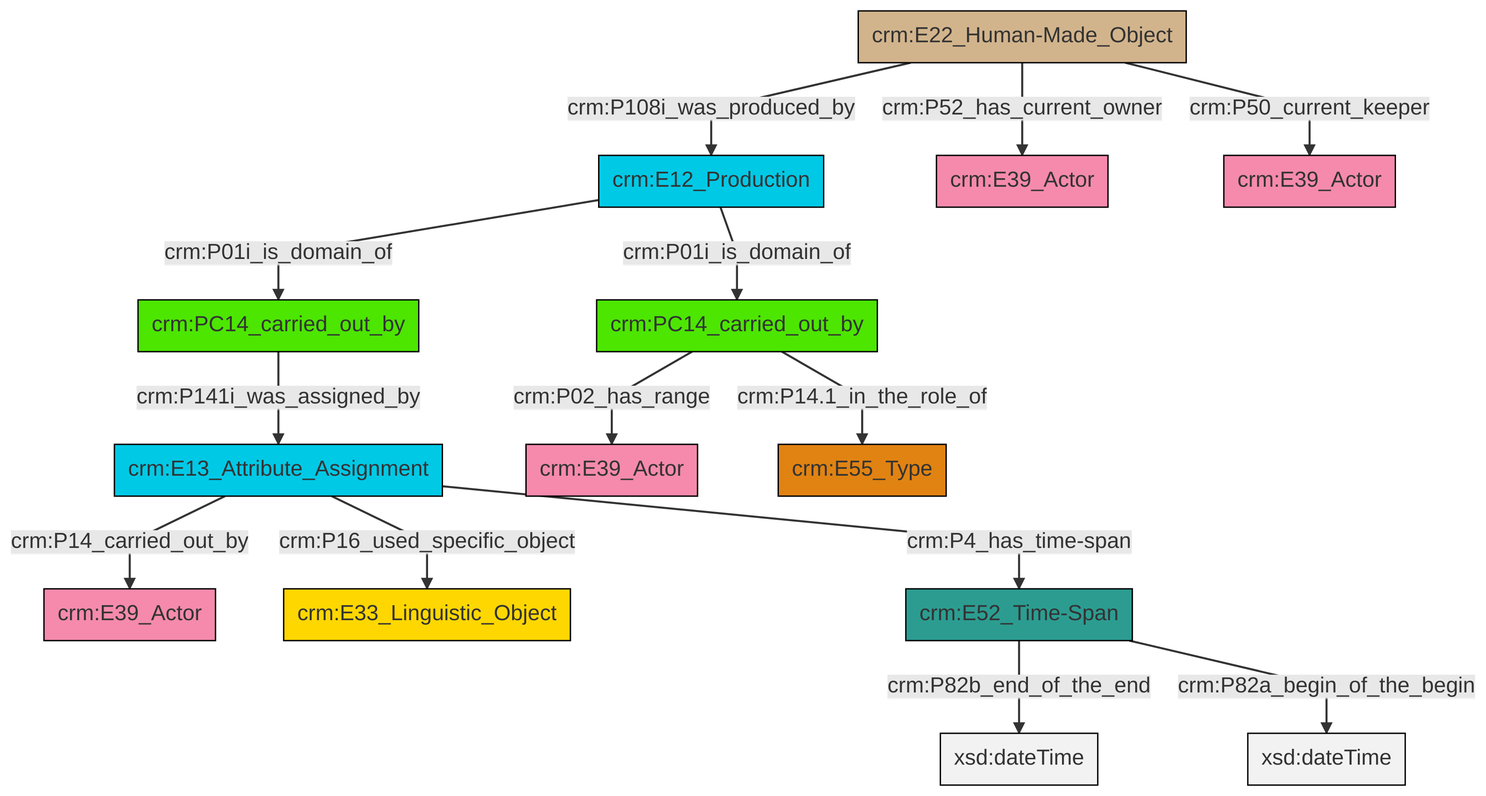
This is et/carrierCSV/ttl/mmd/png/carrier_relations.png from swiss-art-research-net/docs.swissartresearch, a Mermaid export, as it was before one commit. Its source is kept beside it as et/carrierCSV/ttl/mmd/carrier_relations.ttl.mmd.
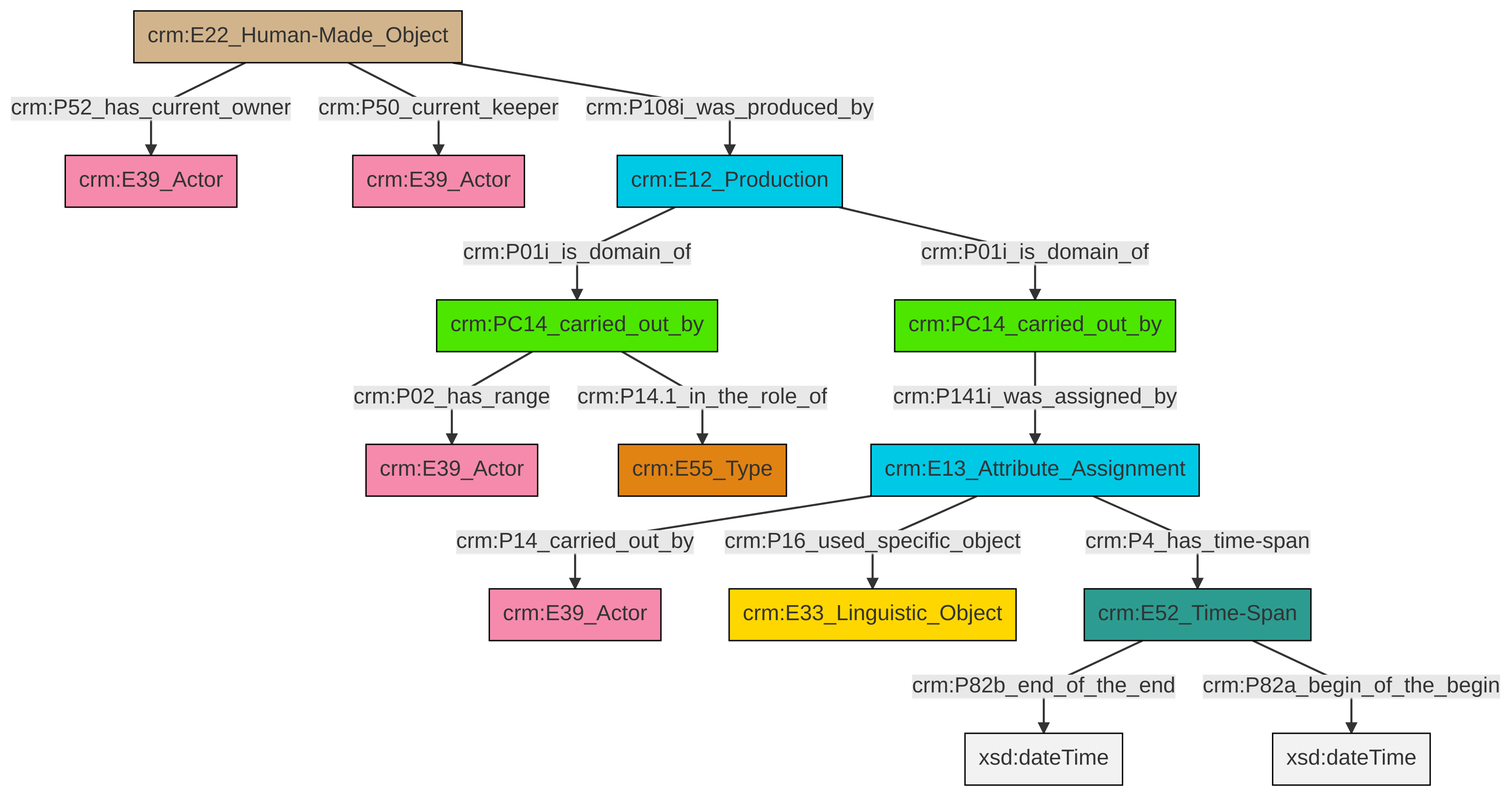
Later version of the same file.

Change to the diagram source:
```diff
@@ -13,16 +13,16 @@
 classDef PC_Classes fill:#4ce600, stroke:#000000;
 classDef Multi fill:#cccccc,stroke:#000000;
 
-4["crm:E12_Production"]:::Temporal_Entity -->|crm:P01i_is_domain_of| 2["crm:PC14_carried_out_by"]:::PC_Classes
-6["crm:E13_Attribute_Assignment"]:::Temporal_Entity -->|crm:P14_carried_out_by| 0["crm:E39_Actor"]:::Actor
-6["crm:E13_Attribute_Assignment"]:::Temporal_Entity -->|crm:P16_used_specific_object| 7["crm:E33_Linguistic_Object"]:::Conceptual_Object
-8["crm:E22_Human-Made_Object"]:::Physical_Thing -->|crm:P52_has_current_owner| 9["crm:E39_Actor"]:::Actor
-8["crm:E22_Human-Made_Object"]:::Physical_Thing -->|crm:P108i_was_produced_by| 4["crm:E12_Production"]:::Temporal_Entity
-10["crm:E52_Time-Span"]:::Time-Span -->|crm:P82b_end_of_the_end| 11[xsd:dateTime]:::Literal
-10["crm:E52_Time-Span"]:::Time-Span -->|crm:P82a_begin_of_the_begin| 12[xsd:dateTime]:::Literal
-4["crm:E12_Production"]:::Temporal_Entity -->|crm:P01i_is_domain_of| 17["crm:PC14_carried_out_by"]:::PC_Classes
-8["crm:E22_Human-Made_Object"]:::Physical_Thing -->|crm:P50_current_keeper| 21["crm:E39_Actor"]:::Actor
-17["crm:PC14_carried_out_by"]:::PC_Classes -->|crm:P02_has_range| 13["crm:E39_Actor"]:::Actor
-17["crm:PC14_carried_out_by"]:::PC_Classes -->|crm:P14.1_in_the_role_of| 15["crm:E55_Type"]:::Type
-6["crm:E13_Attribute_Assignment"]:::Temporal_Entity -->|crm:P4_has_time-span| 10["crm:E52_Time-Span"]:::Time-Span
-2["crm:PC14_carried_out_by"]:::PC_Classes -->|crm:P141i_was_assigned_by| 6["crm:E13_Attribute_Assignment"]:::Temporal_Entity
+0["crm:E12_Production"]:::Temporal_Entity -->|crm:P01i_is_domain_of| 4["crm:PC14_carried_out_by"]:::PC_Classes
+7["crm:E22_Human-Made_Object"]:::Physical_Thing -->|crm:P52_has_current_owner| 8["crm:E39_Actor"]:::Actor
+7["crm:E22_Human-Made_Object"]:::Physical_Thing -->|crm:P50_current_keeper| 11["crm:E39_Actor"]:::Actor
+12["crm:E52_Time-Span"]:::Time-Span -->|crm:P82b_end_of_the_end| 17[xsd:dateTime]:::Literal
+15["crm:PC14_carried_out_by"]:::PC_Classes -->|crm:P141i_was_assigned_by| 9["crm:E13_Attribute_Assignment"]:::Temporal_Entity
+4["crm:PC14_carried_out_by"]:::PC_Classes -->|crm:P02_has_range| 18["crm:E39_Actor"]:::Actor
+4["crm:PC14_carried_out_by"]:::PC_Classes -->|crm:P14.1_in_the_role_of| 5["crm:E55_Type"]:::Type
+7["crm:E22_Human-Made_Object"]:::Physical_Thing -->|crm:P108i_was_produced_by| 0["crm:E12_Production"]:::Temporal_Entity
+12["crm:E52_Time-Span"]:::Time-Span -->|crm:P82a_begin_of_the_begin| 19[xsd:dateTime]:::Literal
+9["crm:E13_Attribute_Assignment"]:::Temporal_Entity -->|crm:P14_carried_out_by| 20["crm:E39_Actor"]:::Actor
+9["crm:E13_Attribute_Assignment"]:::Temporal_Entity -->|crm:P16_used_specific_object| 2["crm:E33_Linguistic_Object"]:::Conceptual_Object
+9["crm:E13_Attribute_Assignment"]:::Temporal_Entity -->|crm:P4_has_time-span| 12["crm:E52_Time-Span"]:::Time-Span
+0["crm:E12_Production"]:::Temporal_Entity -->|crm:P01i_is_domain_of| 15["crm:PC14_carried_out_by"]:::PC_Classes
```
